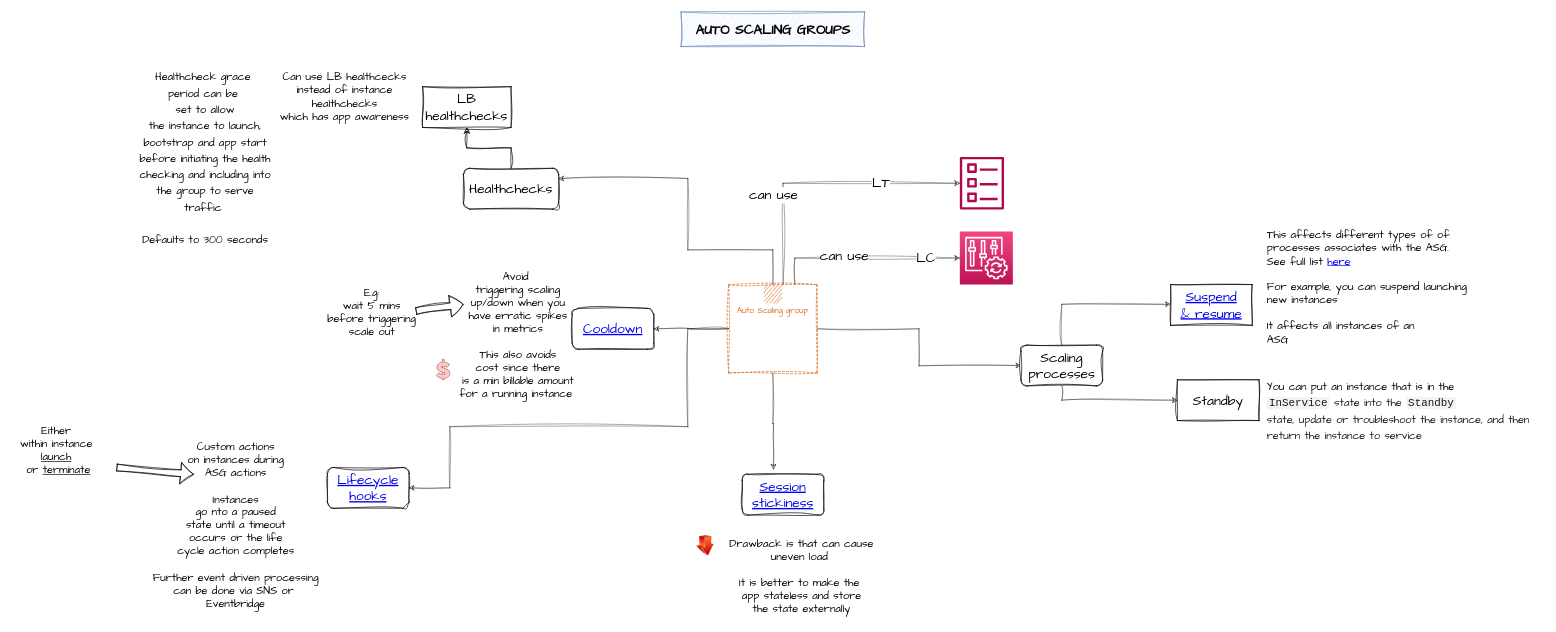
Above: page "ASG" (3 of 4) of docs/ASG/ha-scaling.drawio in iamsecb/aws-illustrated (draw.io), before the change. Source tidied: cells renumbered, new cells numbered last; positions are measured from the earlier drawing's top-left corner, leaving out a move shared by most shapes. Both pictures are drawn from the tidied source at 68%, with x=0, y=0 at pixel (12, 12).
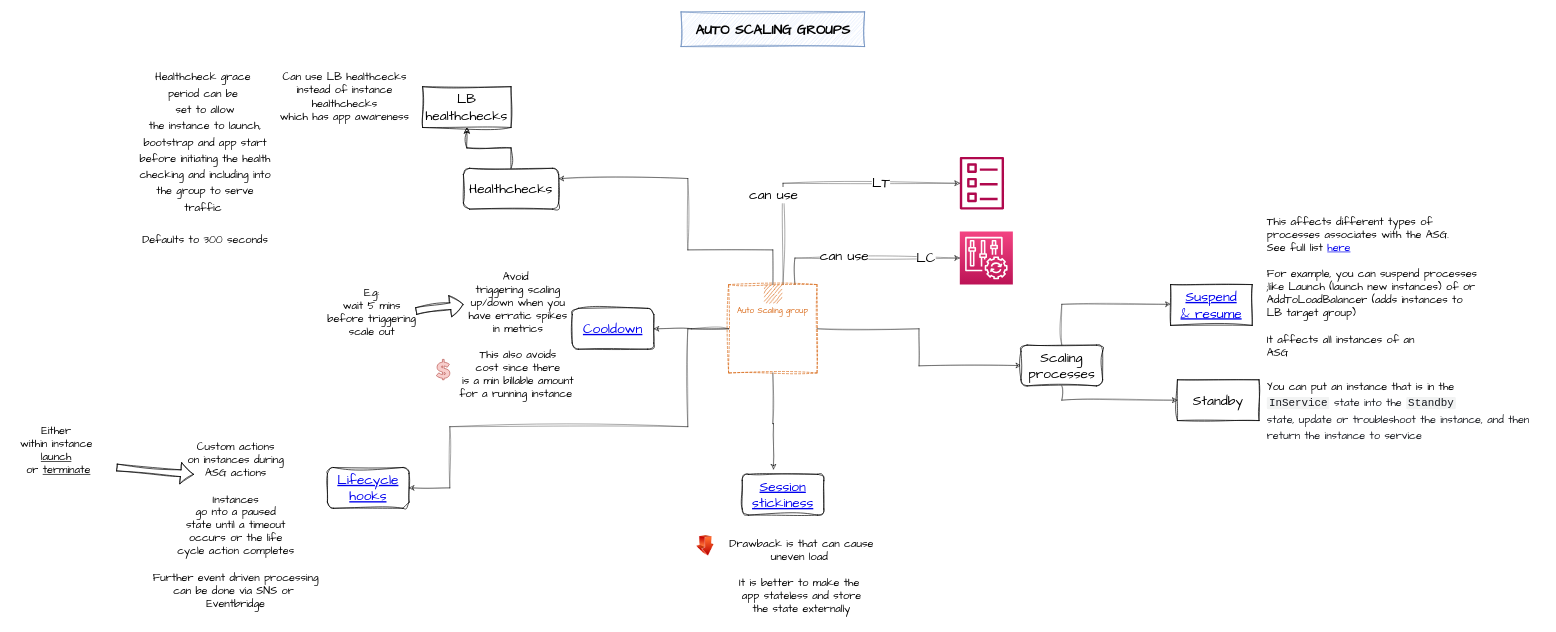
The same page after the edit.

Change to the diagram source:
```diff
@@
-    <mxCell id="28" value="This affects different types of of&lt;br style=&quot;font-size: 16px;&quot;&gt;processes associates with the ASG.&lt;br style=&quot;font-size: 16px;&quot;&gt;See full list &lt;a href=&quot;https://docs.aws.amazon.com/autoscaling/ec2/userguide/as-suspend-resume-processes.html#process-types&quot; style=&quot;font-size: 16px;&quot;&gt;here&lt;/a&gt;&lt;br style=&quot;font-size: 16px;&quot;&gt;&lt;br style=&quot;font-size: 16px;&quot;&gt;For example, you can suspend launching&lt;br style=&quot;font-size: 16px;&quot;&gt;new instances&lt;br style=&quot;font-size: 16px;&quot;&gt;&lt;br style=&quot;font-size: 16px;&quot;&gt;It affects all instances of an&amp;nbsp;&lt;br style=&quot;font-size: 16px;&quot;&gt;ASG" style="text;html=1;align=left;verticalAlign=middle;strokeColor=none;fillColor=none;fontSize=16;fontFamily=Architects Daughter;" parent="1" vertex="1">
-      <mxGeometry x="1844" y="310" width="320" height="190" as="geometry" />
+    <mxCell id="28" value="This affects different types of&lt;br style=&quot;font-size: 16px;&quot;&gt;processes associates with the ASG.&lt;br style=&quot;font-size: 16px;&quot;&gt;See full list &lt;a href=&quot;https://docs.aws.amazon.com/autoscaling/ec2/userguide/as-suspend-resume-processes.html#process-types&quot; style=&quot;font-size: 16px;&quot;&gt;here&lt;/a&gt;&lt;br style=&quot;font-size: 16px;&quot;&gt;&lt;br style=&quot;font-size: 16px;&quot;&gt;For example, you can suspend processes&amp;nbsp; &lt;br&gt;;like Launch (launch new instances) of or &lt;br&gt;AddToLoadBalancer (adds instances to&amp;nbsp;&lt;br&gt;LB target group)&lt;br style=&quot;font-size: 16px;&quot;&gt;&lt;br style=&quot;font-size: 16px;&quot;&gt;It affects all instances of an&amp;nbsp;&lt;br style=&quot;font-size: 16px;&quot;&gt;ASG" style="text;html=1;align=left;verticalAlign=middle;strokeColor=none;fillColor=none;fontSize=16;fontFamily=Architects Daughter;" parent="1" vertex="1">
+      <mxGeometry x="1844" y="295" width="340" height="220" as="geometry" />
     </mxCell>
```
